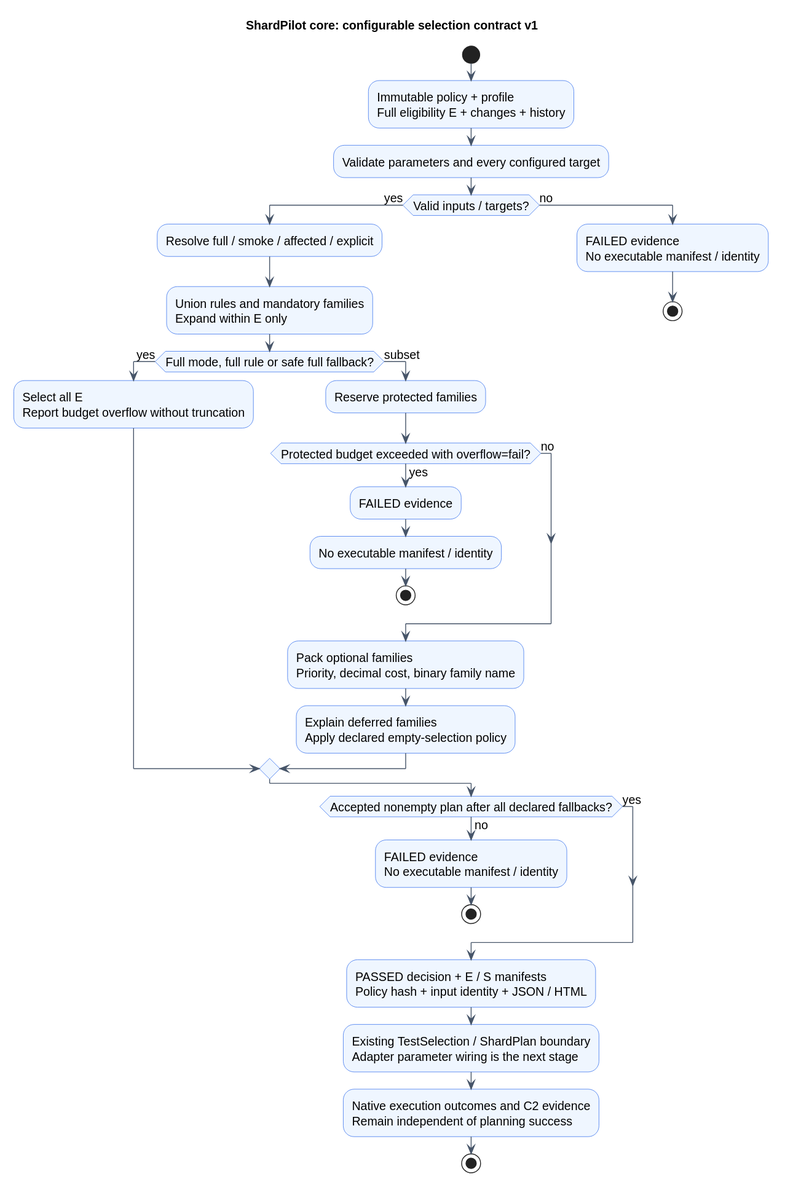
Above: docs/diagrams/selection-policy.svg in sjacek/shardpilot (PlantUML), before the change. Its source is kept beside it as docs/diagrams/selection-policy.puml.
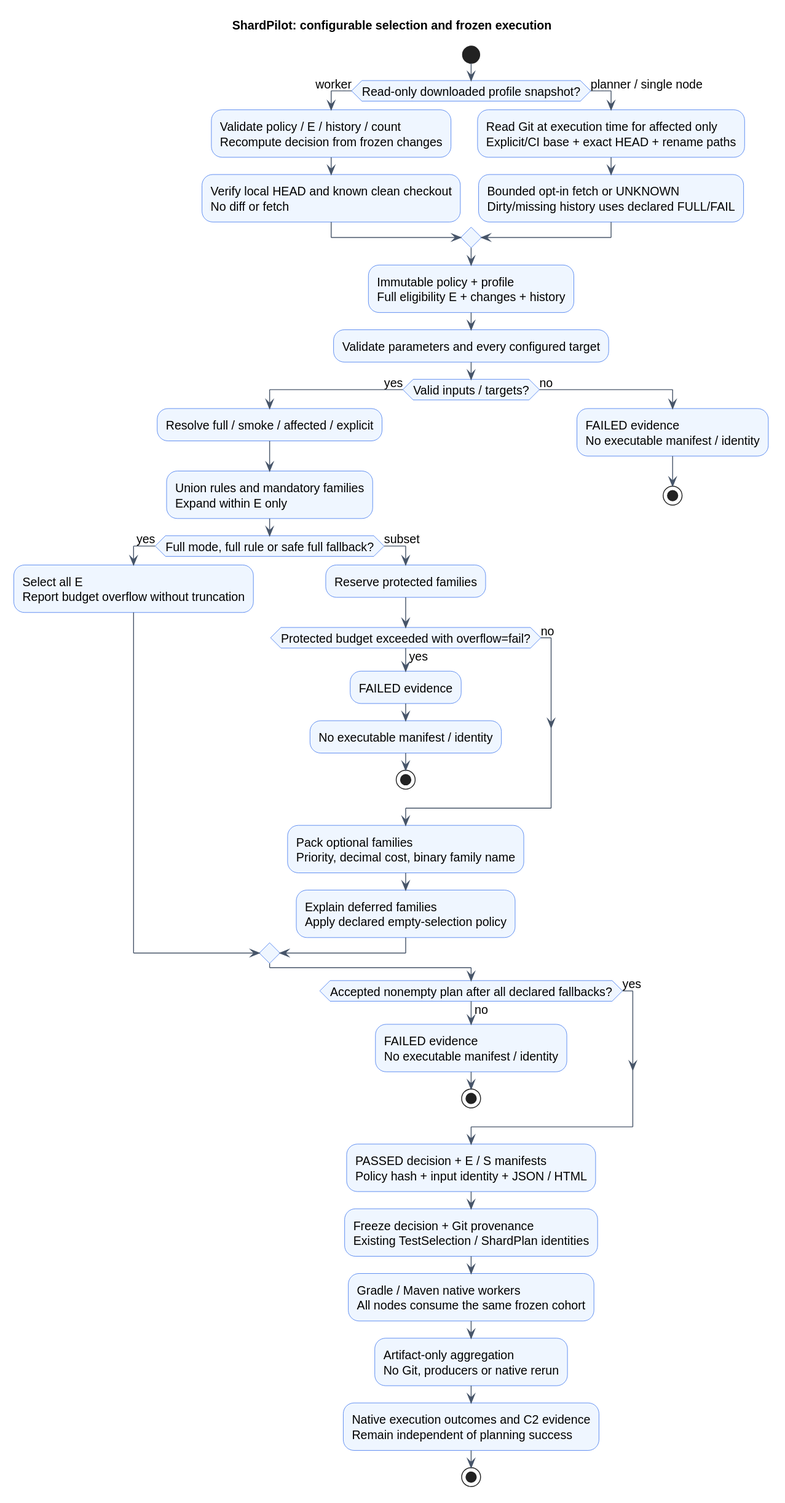
Above is the later version.

Diff of the diagram source:
```diff
@@ -1,5 +1,5 @@
 @startuml
-title ShardPilot core: configurable selection contract v1
+title ShardPilot: configurable selection and frozen execution
 skinparam backgroundColor #FFFFFF
 skinparam shadowing false
 skinparam defaultFontName SansSerif
@@ -9,6 +9,17 @@
 skinparam ArrowColor #475569
 
 start
+if (Read-only downloaded profile snapshot?) then (worker)
+  :Validate policy / E / history / count
+Recompute decision from frozen changes;
+  :Verify local HEAD and known clean checkout
+No diff or fetch;
+else (planner / single node)
+  :Read Git at execution time for affected only
+Explicit/CI base + exact HEAD + rename paths;
+  :Bounded opt-in fetch or UNKNOWN
+Dirty/missing history uses declared FULL/FAIL;
+endif
 :Immutable policy + profile\nFull eligibility E + changes + history;
 :Validate parameters and every configured target;
 if (Valid inputs / targets?) then (yes)
@@ -37,7 +48,12 @@
   stop
 endif
 :PASSED decision + E / S manifests\nPolicy hash + input identity + JSON / HTML;
-:Existing TestSelection / ShardPlan boundary\nAdapter parameter wiring is the next stage;
+:Freeze decision + Git provenance
+Existing TestSelection / ShardPlan identities;
+:Gradle / Maven native workers
+All nodes consume the same frozen cohort;
+:Artifact-only aggregation
+No Git, producers or native rerun;
 :Native execution outcomes and C2 evidence\nRemain independent of planning success;
 stop
 @enduml
```
